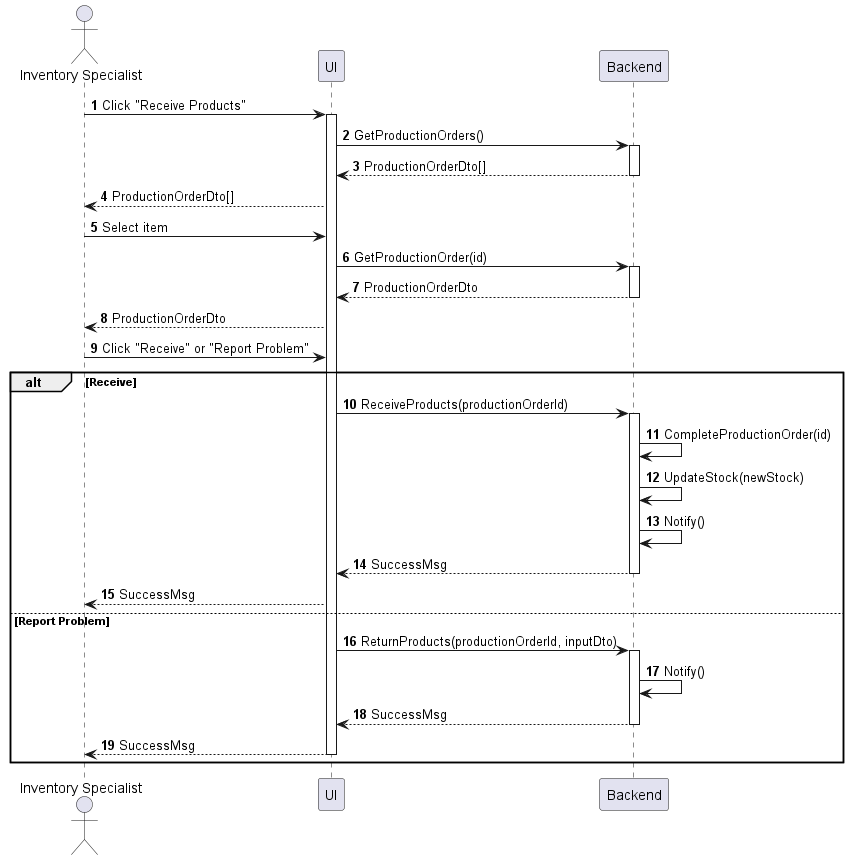
Earlier version of the PlantUML export sequences/inventory-product-receive.png (phihungha/scmss-reqs).
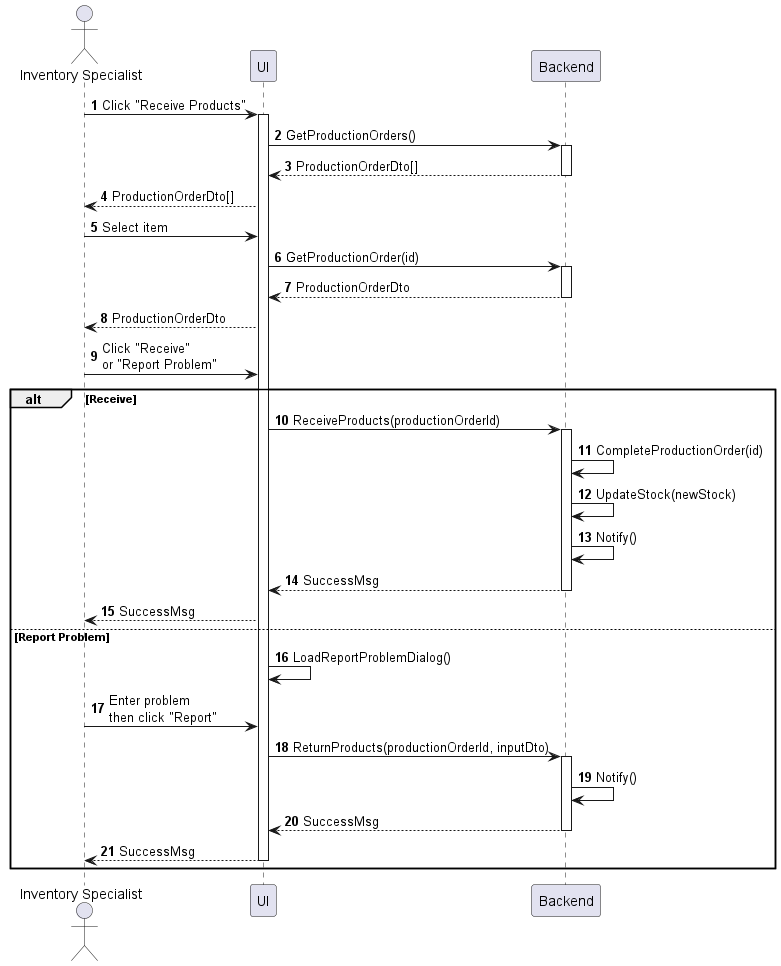
After the change.

Change to the diagram source:
```diff
@@ -16,7 +16,7 @@
 activate b
 return ProductionOrderDto
 f --> a : ProductionOrderDto
-a -> f : Click "Receive" or "Report Problem"
+a -> f : Click "Receive"\nor "Report Problem"
 
 alt Receive
     f -> b : ReceiveProducts(productionOrderId)
@@ -27,6 +27,8 @@
     return SuccessMsg
     f --> a : SuccessMsg
 else Report Problem
+    f -> f : LoadReportProblemDialog()
+    a -> f : Enter problem\nthen click "Report"
     f -> b : ReturnProducts(productionOrderId, inputDto)
     activate b
     b -> b : Notify()
```
